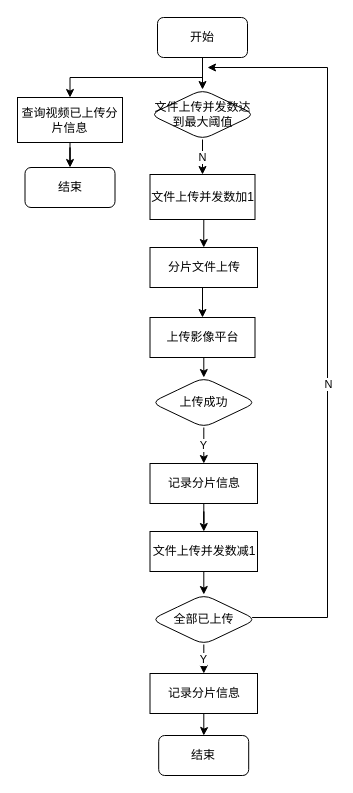
xian631163/test keeps this draw.io diagram as 文件上传流程.drawio. Above is the earlier version. Source tidied: cells renumbered, new cells numbered last; positions are measured from the earlier drawing's top-left corner, leaving out a move shared by most shapes. Both pictures are drawn from the tidied source at 100%, with x=0, y=0 at pixel (17, 17).
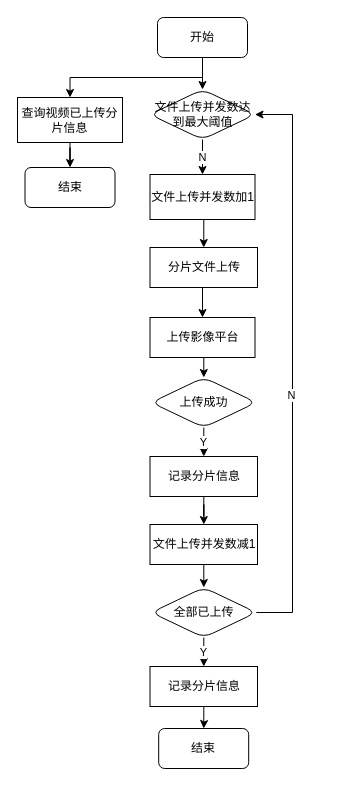
After the change.

Commit message:
Update 文件上传流程.drawio

The change refers to these unchanged cells:
```xml
<mxCell id="12" value="文件上传并发数达到最大阈值" style="rhombus;whiteSpace=wrap;html=1;rounded=1;" parent="1" vertex="1">
  <mxGeometry x="132.5" y="72" width="105" height="50" as="geometry" />
</mxCell>
```

Diff of the diagram source:
```diff
@@
     <mxCell id="16" value="记录分片信息" style="rounded=0;whiteSpace=wrap;html=1;" parent="1" vertex="1">
-      <mxGeometry x="132.5" y="446" width="107.5" height="40" as="geometry" />
+      <mxGeometry x="132.5" y="439" width="107.5" height="40" as="geometry" />
     </mxCell>
@@
     <mxCell id="20" value="文件上传并发数减1" style="rounded=0;whiteSpace=wrap;html=1;" parent="1" vertex="1">
-      <mxGeometry x="132.5" y="514" width="107.5" height="40" as="geometry" />
+      <mxGeometry x="132.5" y="507" width="107.5" height="40" as="geometry" />
     </mxCell>
@@
-    <mxCell id="23" style="edgeStyle=orthogonalEdgeStyle;rounded=0;jettySize=auto;html=1;" parent="1" edge="1" source="25">
-      <mxGeometry relative="1" as="geometry">
-        <mxPoint x="190" y="50" as="targetPoint" />
-        <Array as="points">
-          <mxPoint x="310" y="600" />
-          <mxPoint x="310" y="50" />
-        </Array>
-      </mxGeometry>
-    </mxCell>
+    <mxCell id="29" style="edgeStyle=orthogonalEdgeStyle;rounded=0;jettySize=auto;html=1;exitX=1;exitY=0.5;exitDx=0;exitDy=0;entryX=1;entryY=0.5;entryDx=0;entryDy=0;" parent="1" edge="1" source="25" target="12">
+      <mxGeometry relative="1" as="geometry">
+        <Array as="points">
+          <mxPoint x="275" y="595" />
+          <mxPoint x="275" y="97" />
+        </Array>
+      </mxGeometry>
+    </mxCell>
-    <mxCell id="24" value="N" style="edgeLabel;html=1;align=center;verticalAlign=middle;" parent="23" vertex="1">
-      <mxGeometry x="-0.17" relative="1" as="geometry" />
+    <mxCell id="24" value="N" style="edgeLabel;html=1;align=center;verticalAlign=middle;" parent="29" vertex="1">
+      <mxGeometry x="-0.11" y="2" relative="1" as="geometry" />
     </mxCell>
     <mxCell id="25" value="全部已上传" style="rhombus;whiteSpace=wrap;html=1;rounded=1;" parent="1" vertex="1">
-      <mxGeometry x="133.8" y="577" width="105" height="50" as="geometry" />
+      <mxGeometry x="133.8" y="570" width="105" height="50" as="geometry" />
     </mxCell>
@@
     <mxCell id="27" value="记录分片信息" style="rounded=0;whiteSpace=wrap;html=1;" parent="1" vertex="1">
-      <mxGeometry x="132.5" y="656" width="107.5" height="40" as="geometry" />
+      <mxGeometry x="132.5" y="649" width="107.5" height="40" as="geometry" />
     </mxCell>
     <mxCell id="28" value="结束" style="rounded=1;whiteSpace=wrap;html=1;" parent="1" vertex="1">
-      <mxGeometry x="141.2" y="718" width="90" height="40" as="geometry" />
+      <mxGeometry x="141.2" y="711" width="90" height="40" as="geometry" />
     </mxCell>
```
